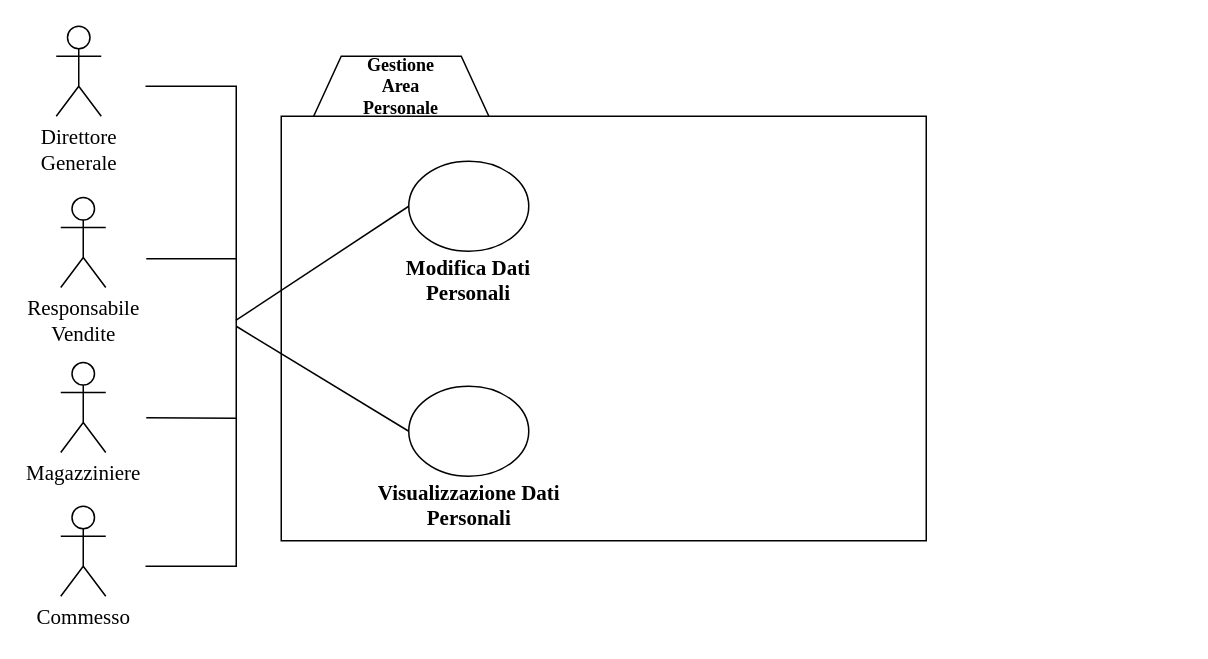
The draw.io diagram Bozze/Diagrammi Casi D'Uso/GestioneAreaPersonaleALPHA.drawio in Carmineh/IT-Manager, before the edit. Source tidied: cells renumbered, new cells numbered last; positions are measured from the earlier drawing's top-left corner, leaving out a move shared by most shapes. Both pictures are drawn from the tidied source at 150%, with x=0, y=0 at pixel (-50, 26).
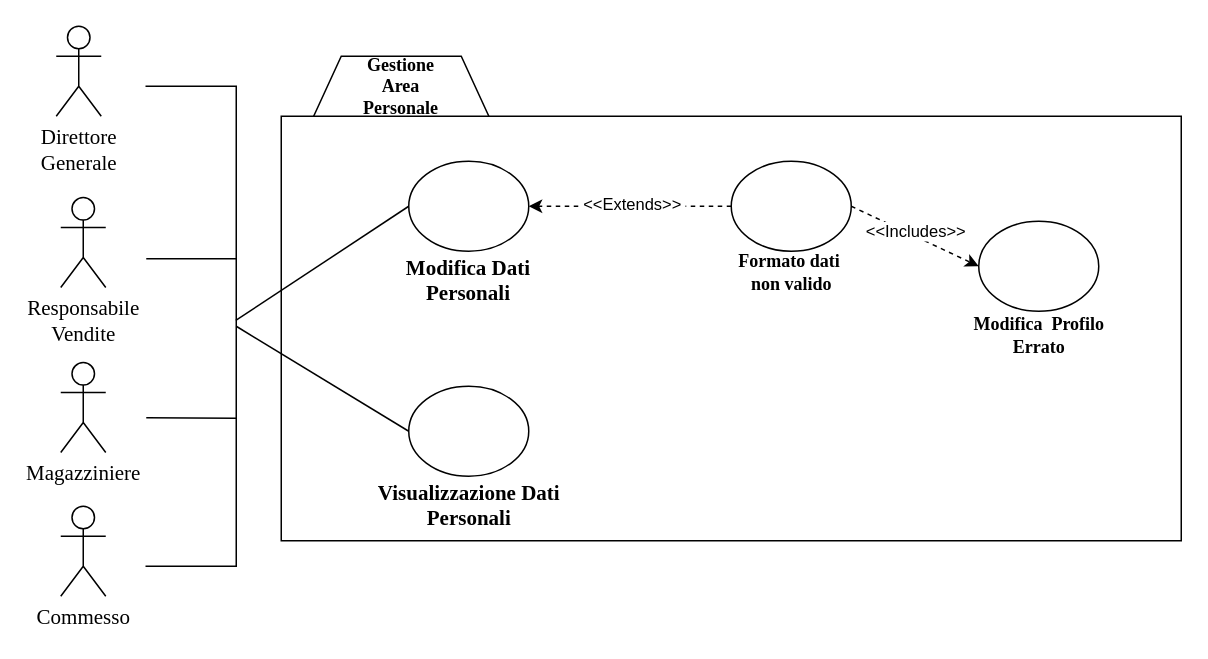
The same diagram, later.

Unchanged cells that the change refers to:
```xml
<mxCell id="8" value="&lt;div&gt;&lt;br&gt;&lt;/div&gt;&lt;div&gt;&lt;br&gt;&lt;/div&gt;&lt;div&gt;&lt;br&gt;&lt;/div&gt;&lt;div&gt;&lt;br&gt;&lt;/div&gt;&lt;div&gt;&lt;br&gt;&lt;/div&gt;&lt;div&gt;&lt;br&gt;&lt;/div&gt;" style="ellipse;whiteSpace=wrap;html=1;" parent="1" vertex="1">
  <mxGeometry x="305" y="90" width="80" height="60" as="geometry" />
</mxCell>
```

Diff of the diagram source:
```diff
@@
     <mxCell id="7" style="rounded=0;whiteSpace=wrap;html=1;" parent="1" vertex="1">
-      <mxGeometry x="220" y="60" width="430" height="283" as="geometry" />
+      <mxGeometry x="220" y="60" width="600" height="283" as="geometry" />
     </mxCell>
@@
+    <mxCell id="18" style="endArrow=classic;html=1;dashed=1;exitX=0;exitY=0.5;exitDx=0;exitDy=0;entryX=1;entryY=0.5;entryDx=0;entryDy=0;" parent="1" edge="1" source="20" target="8">
+      <mxGeometry relative="1" as="geometry" />
+    </mxCell>
+    <mxCell id="19" value="&amp;nbsp;&amp;lt;&amp;lt;Extends&amp;gt;&amp;gt;&amp;nbsp;" style="edgeLabel;html=1;align=center;verticalAlign=middle;" parent="18" vertex="1">
+      <mxGeometry x="-0.01" y="1" relative="1" as="geometry">
+        <mxPoint y="-3" as="offset" />
+      </mxGeometry>
+    </mxCell>
+    <mxCell id="20" value="&lt;div&gt;&lt;br&gt;&lt;/div&gt;&lt;div&gt;&lt;br&gt;&lt;/div&gt;&lt;div&gt;&lt;br&gt;&lt;/div&gt;&lt;div&gt;&lt;br&gt;&lt;/div&gt;&lt;div&gt;&lt;br&gt;&lt;/div&gt;&lt;div&gt;&lt;br&gt;&lt;/div&gt;" style="ellipse;whiteSpace=wrap;html=1;" parent="1" vertex="1">
+      <mxGeometry x="520" y="90" width="80" height="60" as="geometry" />
+    </mxCell>
+    <mxCell id="21" value="&lt;div&gt;&lt;br&gt;&lt;/div&gt;&lt;div&gt;&lt;br&gt;&lt;/div&gt;&lt;div&gt;&lt;br&gt;&lt;/div&gt;&lt;div&gt;&lt;br&gt;&lt;/div&gt;&lt;div&gt;&lt;br&gt;&lt;/div&gt;&lt;div&gt;&lt;br&gt;&lt;/div&gt;" style="ellipse;whiteSpace=wrap;html=1;" parent="1" vertex="1">
+      <mxGeometry x="685" y="130" width="80" height="60" as="geometry" />
+    </mxCell>
+    <mxCell id="22" style="endArrow=classic;html=1;dashed=1;entryX=0;entryY=0.5;entryDx=0;entryDy=0;exitX=1;exitY=0.5;exitDx=0;exitDy=0;" parent="1" edge="1" source="20" target="21">
+      <mxGeometry relative="1" as="geometry" />
+    </mxCell>
+    <mxCell id="23" value="&amp;nbsp;&amp;lt;&amp;lt;Includes&amp;gt;&amp;gt;&amp;nbsp;" style="edgeLabel;html=1;align=center;verticalAlign=middle;" parent="22" vertex="1">
+      <mxGeometry x="-0.01" y="1" relative="1" as="geometry">
+        <mxPoint y="-3" as="offset" />
+      </mxGeometry>
+    </mxCell>
+    <mxCell id="24" value="&lt;font face=&quot;Times New Roman&quot;&gt;&lt;b&gt;Modifica &amp;nbsp;Profilo&lt;br&gt;Errato&lt;br&gt;&lt;/b&gt;&lt;/font&gt;" style="text;html=1;strokeColor=none;fillColor=none;align=center;verticalAlign=middle;whiteSpace=wrap;rounded=0;" parent="1" vertex="1">
+      <mxGeometry x="652.5" y="195.5" width="145" height="20" as="geometry" />
+    </mxCell>
+    <mxCell id="25" value="&lt;div&gt;&lt;font face=&quot;Times New Roman&quot;&gt;&lt;b&gt;Formato dati&amp;nbsp;&lt;/b&gt;&lt;/font&gt;&lt;/div&gt;&lt;div&gt;&lt;font face=&quot;Times New Roman&quot;&gt;&lt;b&gt;non valido&lt;/b&gt;&lt;/font&gt;&lt;/div&gt;" style="text;html=1;strokeColor=none;fillColor=none;align=center;verticalAlign=middle;whiteSpace=wrap;rounded=0;" parent="1" vertex="1">
+      <mxGeometry x="487.5" y="154.2" width="145" height="20" as="geometry" />
+    </mxCell>
```
